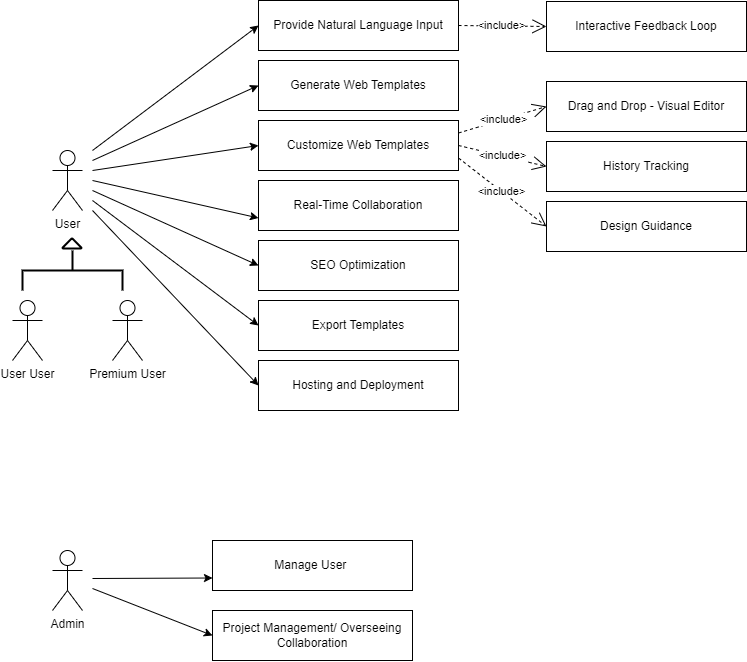
This is Documentation/usecaseDiagram.png from Ayesha-Nadeem1/Flexi-Craft, a draw.io export, as it was before one commit. Source tidied: cells renumbered, new cells last; positions are measured from the earlier drawing's top-left corner, leaving out a move shared by most shapes.
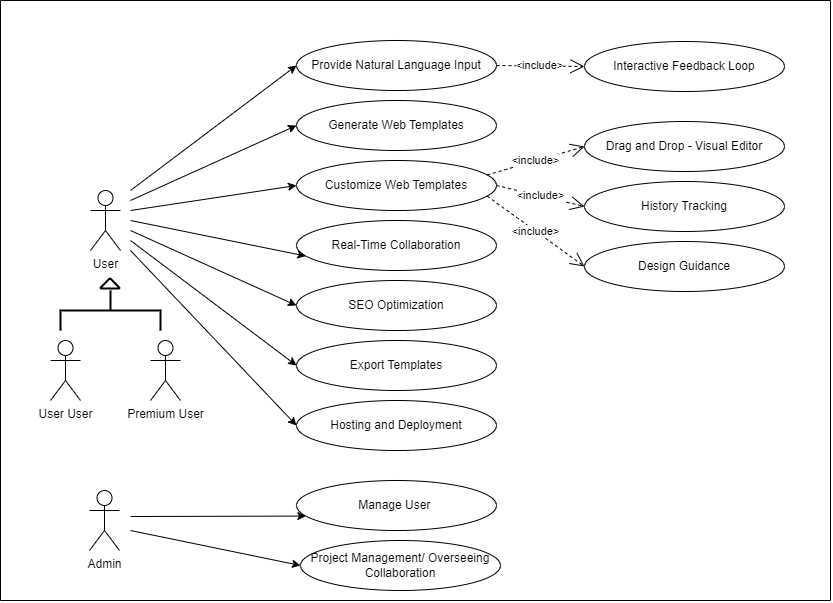
Later version of the same file.

Diff of the diagram source:
```diff
@@ -2,38 +2,38 @@
   <root>
     <mxCell id="0" />
     <mxCell id="1" parent="0" />
-    <mxCell id="2" value="Provide Natural Language Input" style="rounded=0;whiteSpace=wrap;html=1;" parent="1" vertex="1">
+    <mxCell id="2" value="Provide Natural Language Input" style="ellipse;whiteSpace=wrap;html=1;" parent="1" vertex="1">
       <mxGeometry x="246" width="200" height="50" as="geometry" />
     </mxCell>
-    <mxCell id="3" value="Generate Web Templates" style="rounded=0;whiteSpace=wrap;html=1;" parent="1" vertex="1">
+    <mxCell id="3" value="Generate Web Templates" style="ellipse;whiteSpace=wrap;html=1;" parent="1" vertex="1">
       <mxGeometry x="246" y="60" width="200" height="50" as="geometry" />
     </mxCell>
-    <mxCell id="4" value="Customize Web Templates" style="rounded=0;whiteSpace=wrap;html=1;" parent="1" vertex="1">
+    <mxCell id="4" value="Customize Web Templates" style="ellipse;whiteSpace=wrap;html=1;" parent="1" vertex="1">
       <mxGeometry x="246" y="120" width="200" height="50" as="geometry" />
     </mxCell>
-    <mxCell id="5" value="Real-Time Collaboration" style="rounded=0;whiteSpace=wrap;html=1;" parent="1" vertex="1">
+    <mxCell id="5" value="Real-Time Collaboration" style="ellipse;whiteSpace=wrap;html=1;" parent="1" vertex="1">
       <mxGeometry x="246" y="180" width="200" height="50" as="geometry" />
     </mxCell>
-    <mxCell id="6" value="SEO Optimization" style="rounded=0;whiteSpace=wrap;html=1;" parent="1" vertex="1">
+    <mxCell id="6" value="SEO Optimization" style="ellipse;whiteSpace=wrap;html=1;" parent="1" vertex="1">
       <mxGeometry x="246" y="240" width="200" height="50" as="geometry" />
     </mxCell>
-    <mxCell id="7" value="Export Templates" style="rounded=0;whiteSpace=wrap;html=1;" parent="1" vertex="1">
+    <mxCell id="7" value="Export Templates" style="ellipse;whiteSpace=wrap;html=1;" parent="1" vertex="1">
       <mxGeometry x="246" y="300" width="200" height="50" as="geometry" />
     </mxCell>
-    <mxCell id="8" value="Manage User&amp;nbsp;" style="rounded=0;whiteSpace=wrap;html=1;" parent="1" vertex="1">
-      <mxGeometry x="200" y="540" width="200" height="50" as="geometry" />
+    <mxCell id="8" value="Manage User&amp;nbsp;" style="ellipse;whiteSpace=wrap;html=1;" parent="1" vertex="1">
+      <mxGeometry x="246" y="440" width="200" height="50" as="geometry" />
     </mxCell>
-    <mxCell id="9" value="Project Management/ Overseeing Collaboration" style="rounded=0;whiteSpace=wrap;html=1;" parent="1" vertex="1">
-      <mxGeometry x="200" y="610" width="200" height="50" as="geometry" />
+    <mxCell id="9" value="Project Management/ Overseeing Collaboration" style="ellipse;whiteSpace=wrap;html=1;" parent="1" vertex="1">
+      <mxGeometry x="250" y="500" width="200" height="50" as="geometry" />
     </mxCell>
-    <mxCell id="10" value="Hosting and Deployment" style="rounded=0;whiteSpace=wrap;html=1;" parent="1" vertex="1">
+    <mxCell id="10" value="Hosting and Deployment" style="ellipse;whiteSpace=wrap;html=1;" parent="1" vertex="1">
       <mxGeometry x="246" y="360" width="200" height="50" as="geometry" />
     </mxCell>
     <mxCell id="11" value="User" style="shape=umlActor;verticalLabelPosition=bottom;verticalAlign=top;html=1;" parent="1" vertex="1">
       <mxGeometry x="40" y="150" width="30" height="60" as="geometry" />
     </mxCell>
     <mxCell id="12" value="Admin" style="shape=umlActor;verticalLabelPosition=bottom;verticalAlign=top;html=1;" parent="1" vertex="1">
-      <mxGeometry x="40" y="550" width="30" height="60" as="geometry" />
+      <mxGeometry x="39" y="450" width="30" height="60" as="geometry" />
     </mxCell>
     <mxCell id="13" style="endArrow=classic;html=1;rounded=0;entryX=0;entryY=0.5;entryDx=0;entryDy=0;" parent="1" edge="1" target="2">
       <mxGeometry relative="1" as="geometry">
@@ -72,21 +72,21 @@
     </mxCell>
     <mxCell id="20" style="endArrow=classic;html=1;rounded=0;entryX=0;entryY=0.75;entryDx=0;entryDy=0;" parent="1" edge="1" target="8">
       <mxGeometry relative="1" as="geometry">
-        <mxPoint x="80" y="578" as="sourcePoint" />
+        <mxPoint x="80" y="476" as="sourcePoint" />
       </mxGeometry>
     </mxCell>
     <mxCell id="21" style="endArrow=classic;html=1;rounded=0;entryX=0;entryY=0.5;entryDx=0;entryDy=0;" parent="1" edge="1" target="9">
       <mxGeometry relative="1" as="geometry">
-        <mxPoint x="80" y="588" as="sourcePoint" />
+        <mxPoint x="80" y="490" as="sourcePoint" />
       </mxGeometry>
     </mxCell>
-    <mxCell id="22" value="History Tracking" style="rounded=0;whiteSpace=wrap;html=1;" parent="1" vertex="1">
+    <mxCell id="22" value="History Tracking" style="ellipse;whiteSpace=wrap;html=1;" parent="1" vertex="1">
       <mxGeometry x="534" y="141" width="200" height="50" as="geometry" />
     </mxCell>
-    <mxCell id="23" value="Drag and Drop - Visual Editor" style="rounded=0;whiteSpace=wrap;html=1;" parent="1" vertex="1">
+    <mxCell id="23" value="Drag and Drop - Visual Editor" style="ellipse;whiteSpace=wrap;html=1;" parent="1" vertex="1">
       <mxGeometry x="534" y="81" width="200" height="50" as="geometry" />
     </mxCell>
-    <mxCell id="24" value="Design Guidance" style="rounded=0;whiteSpace=wrap;html=1;" parent="1" vertex="1">
+    <mxCell id="24" value="Design Guidance" style="ellipse;whiteSpace=wrap;html=1;" parent="1" vertex="1">
       <mxGeometry x="534" y="201" width="200" height="50" as="geometry" />
     </mxCell>
     <mxCell id="25" value="&amp;lt;include&amp;gt;" style="endArrow=open;endSize=12;dashed=1;html=1;rounded=0;entryX=0;entryY=0.5;entryDx=0;entryDy=0;exitX=1;exitY=0.25;exitDx=0;exitDy=0;" parent="1" edge="1" source="4" target="23">
@@ -101,7 +101,7 @@
     <mxCell id="28" value="&amp;lt;include&amp;gt;" style="endArrow=open;endSize=12;dashed=1;html=1;rounded=0;entryX=0;entryY=0.5;entryDx=0;entryDy=0;exitX=1;exitY=0.5;exitDx=0;exitDy=0;" parent="1" edge="1" source="2" target="29">
       <mxGeometry relative="1" as="geometry" />
     </mxCell>
-    <mxCell id="29" value="Interactive Feedback Loop" style="rounded=0;whiteSpace=wrap;html=1;" parent="1" vertex="1">
+    <mxCell id="29" value="Interactive Feedback Loop" style="ellipse;whiteSpace=wrap;html=1;" parent="1" vertex="1">
       <mxGeometry x="534" y="1" width="200" height="50" as="geometry" />
     </mxCell>
     <mxCell id="30" value="Premium&lt;span style=&quot;background-color: initial;&quot;&gt;&amp;nbsp;User&lt;/span&gt;" style="shape=umlActor;verticalLabelPosition=bottom;verticalAlign=top;html=1;" parent="1" vertex="1">
@@ -116,5 +116,29 @@
     <mxCell id="33" style="strokeWidth=2;html=1;shape=mxgraph.flowchart.merge_or_storage;whiteSpace=wrap;direction=west;" parent="1" vertex="1">
       <mxGeometry x="50" y="238" width="19" height="10" as="geometry" />
     </mxCell>
+    <mxCell id="34" style="endArrow=none;html=1;rounded=0;" parent="1" edge="1">
+      <mxGeometry relative="1" as="geometry">
+        <mxPoint x="-50" y="560" as="sourcePoint" />
+        <mxPoint x="-50" y="-40" as="targetPoint" />
+      </mxGeometry>
+    </mxCell>
+    <mxCell id="35" style="endArrow=none;html=1;rounded=0;" parent="1" edge="1">
+      <mxGeometry relative="1" as="geometry">
+        <mxPoint x="780" y="560" as="sourcePoint" />
+        <mxPoint x="780" y="-40" as="targetPoint" />
+      </mxGeometry>
+    </mxCell>
+    <mxCell id="36" style="endArrow=none;html=1;rounded=0;" parent="1" edge="1">
+      <mxGeometry relative="1" as="geometry">
+        <mxPoint x="780" y="560" as="sourcePoint" />
+        <mxPoint x="-50" y="560" as="targetPoint" />
+      </mxGeometry>
+    </mxCell>
+    <mxCell id="37" style="endArrow=none;html=1;rounded=0;" parent="1" edge="1">
+      <mxGeometry relative="1" as="geometry">
+        <mxPoint x="780" y="-40" as="sourcePoint" />
+        <mxPoint x="-50" y="-40" as="targetPoint" />
+      </mxGeometry>
+    </mxCell>
   </root>
 </mxGraphModel>
```
